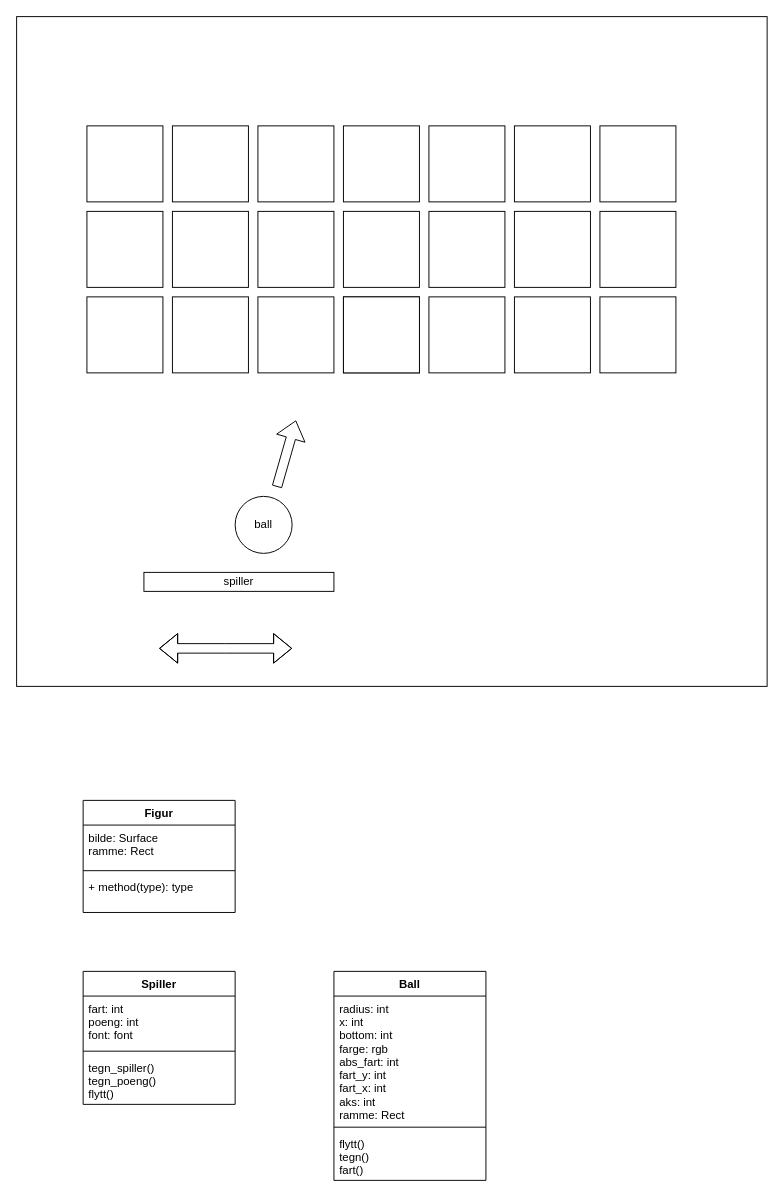
Above: prosjekt.drawio in LankHank/p---Prosjekt (draw.io), before the change. Source tidied: cells renumbered, new cells numbered last; positions are measured from the earlier drawing's top-left corner, leaving out a move shared by most shapes. Both pictures are drawn from the tidied source at 95%, with x=0, y=0 at pixel (16, 16).
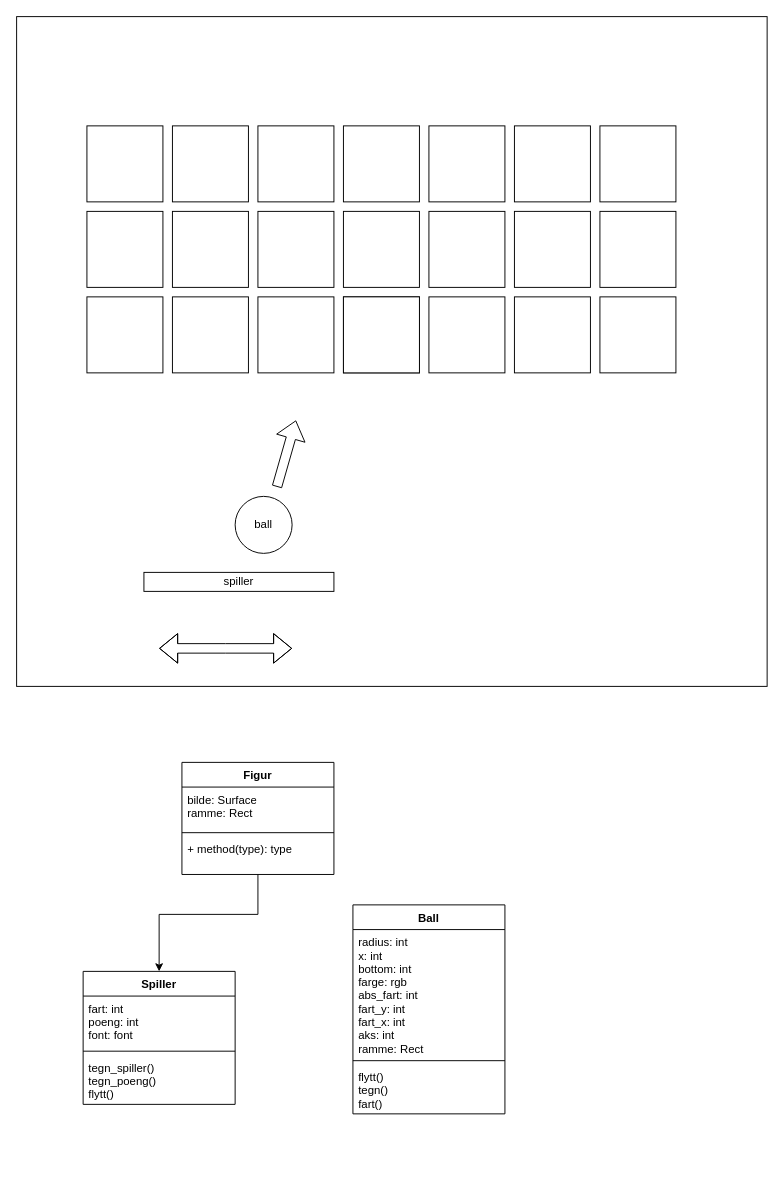
Above is the later version.

Commit message:
endring på uml fil

The change refers to these unchanged cells:
```xml
<mxCell id="30" value="Spiller" style="swimlane;fontStyle=1;align=center;verticalAlign=top;horizontal=1;startSize=26;" parent="1" vertex="1">
  <mxGeometry x="70" y="1005" width="160" height="140" as="geometry" />
</mxCell>
```

Change to the diagram source:
```diff
@@
     <mxCell id="34" value="Ball" style="swimlane;fontStyle=1;align=center;verticalAlign=top;horizontal=1;startSize=26;" parent="1" vertex="1">
-      <mxGeometry x="334" y="1005" width="160" height="220" as="geometry" />
+      <mxGeometry x="354" y="935" width="160" height="220" as="geometry" />
     </mxCell>
@@
     <mxCell id="38" value="Figur" style="swimlane;fontStyle=1;align=center;verticalAlign=top;horizontal=1;startSize=26;whiteSpace=wrap;html=1;" parent="1" vertex="1">
-      <mxGeometry x="70" y="825" width="160" height="118" as="geometry" />
+      <mxGeometry x="174" y="785" width="160" height="118" as="geometry" />
     </mxCell>
@@
+    <mxCell id="42" style="endArrow=classic;html=1;rounded=0;entryX=0.5;entryY=0;entryDx=0;entryDy=0;exitX=0.5;exitY=1;exitDx=0;exitDy=0;" parent="1" edge="1" source="38" target="30">
+      <mxGeometry relative="1" as="geometry">
+        <Array as="points">
+          <mxPoint x="254" y="945" />
+          <mxPoint x="150" y="945" />
+        </Array>
+      </mxGeometry>
+    </mxCell>
```
